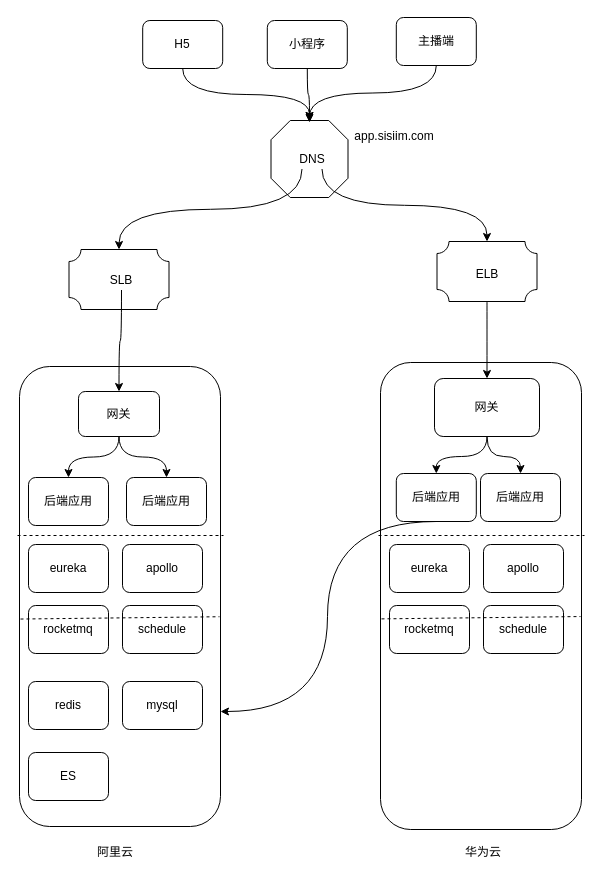
The draw.io diagram 华为云迁移灰度-3.drawio in mingtian110/pc_home, before the edit. Source tidied: cells renumbered, new cells numbered last; positions are measured from the earlier drawing's top-left corner, leaving out a move shared by most shapes. Both pictures are drawn from the tidied source at 100%, with x=0, y=0 at pixel (17, 17).
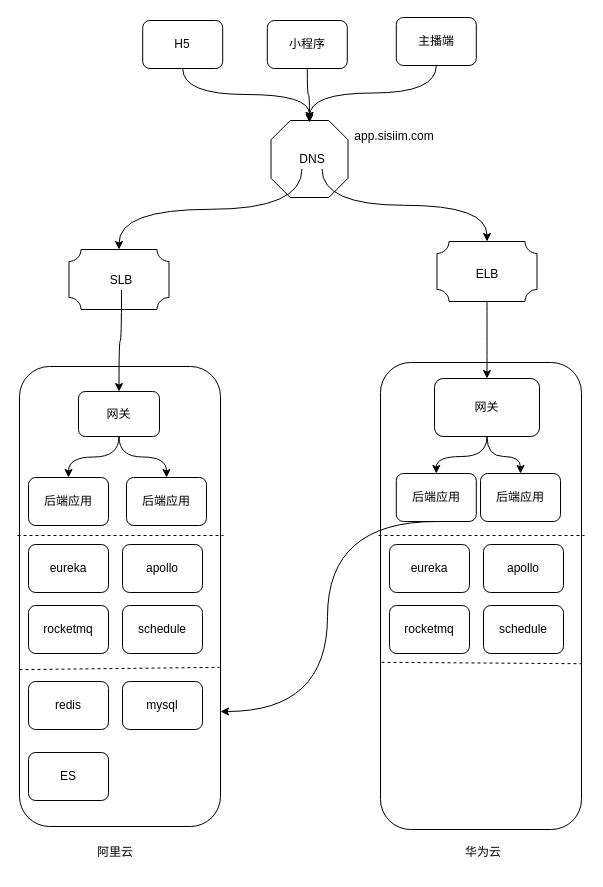
The same page after the edit.

Commit message:
更新华为云迁移灰度-3.drawio

Unchanged cells that the change refers to:
```xml
<mxCell id="2" style="rounded=1;whiteSpace=wrap;html=1;" parent="1" vertex="1">
  <mxGeometry x="363" y="345" width="201" height="467" as="geometry" />
</mxCell>
<mxCell id="3" style="rounded=1;whiteSpace=wrap;html=1;" parent="1" vertex="1">
  <mxGeometry x="2" y="349" width="201" height="460" as="geometry" />
</mxCell>
```

What changed in the source:
```diff
@@
-    <mxCell id="19" style="endArrow=none;dashed=1;html=1;entryX=0.995;entryY=0.544;entryDx=0;entryDy=0;entryPerimeter=0;exitX=0.005;exitY=0.549;exitDx=0;exitDy=0;exitPerimeter=0;" parent="1" edge="1" source="3" target="3">
+    <mxCell id="19" style="endArrow=none;dashed=1;html=1;entryX=0.995;entryY=0.654;entryDx=0;entryDy=0;entryPerimeter=0;exitX=0;exitY=0.659;exitDx=0;exitDy=0;exitPerimeter=0;" parent="1" edge="1" source="3" target="3">
       <mxGeometry relative="1" as="geometry" />
     </mxCell>
@@
-    <mxCell id="29" style="endArrow=none;dashed=1;html=1;entryX=0.995;entryY=0.544;entryDx=0;entryDy=0;entryPerimeter=0;exitX=0.005;exitY=0.549;exitDx=0;exitDy=0;exitPerimeter=0;" parent="1" edge="1" source="2" target="2">
+    <mxCell id="29" style="endArrow=none;dashed=1;html=1;entryX=1;entryY=0.645;entryDx=0;entryDy=0;entryPerimeter=0;exitX=0.005;exitY=0.642;exitDx=0;exitDy=0;exitPerimeter=0;" parent="1" edge="1" source="2" target="2">
       <mxGeometry relative="1" as="geometry" />
     </mxCell>
```
